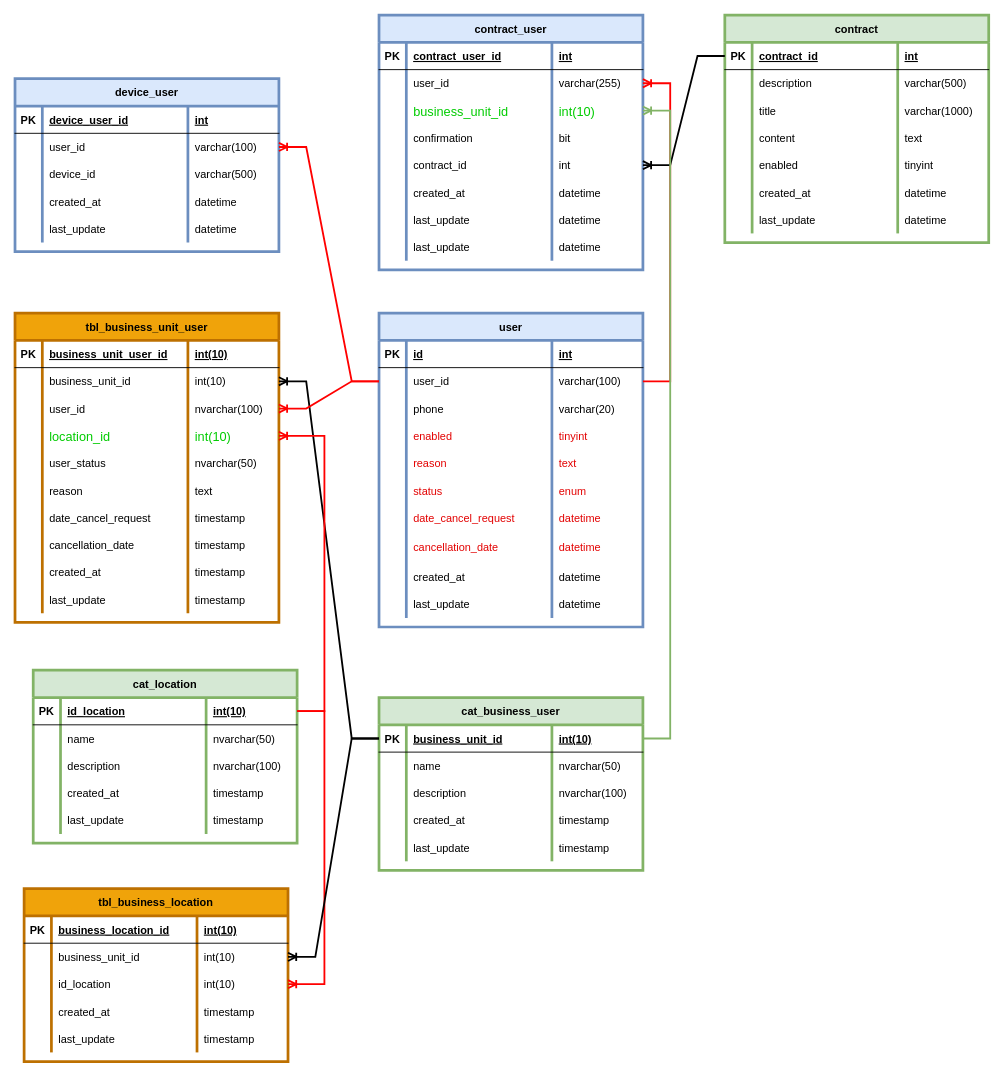
The draw.io diagram page "Users" (1 of 4) of Data base/E-R Dev.drawio in marcoluisdf/documentacion, before the edit. Source tidied: cells renumbered, new cells numbered last; positions are measured from the earlier drawing's top-left corner, leaving out a move shared by most shapes. Both pictures are drawn from the tidied source at 91%, with x=0, y=0 at pixel (15, 15).
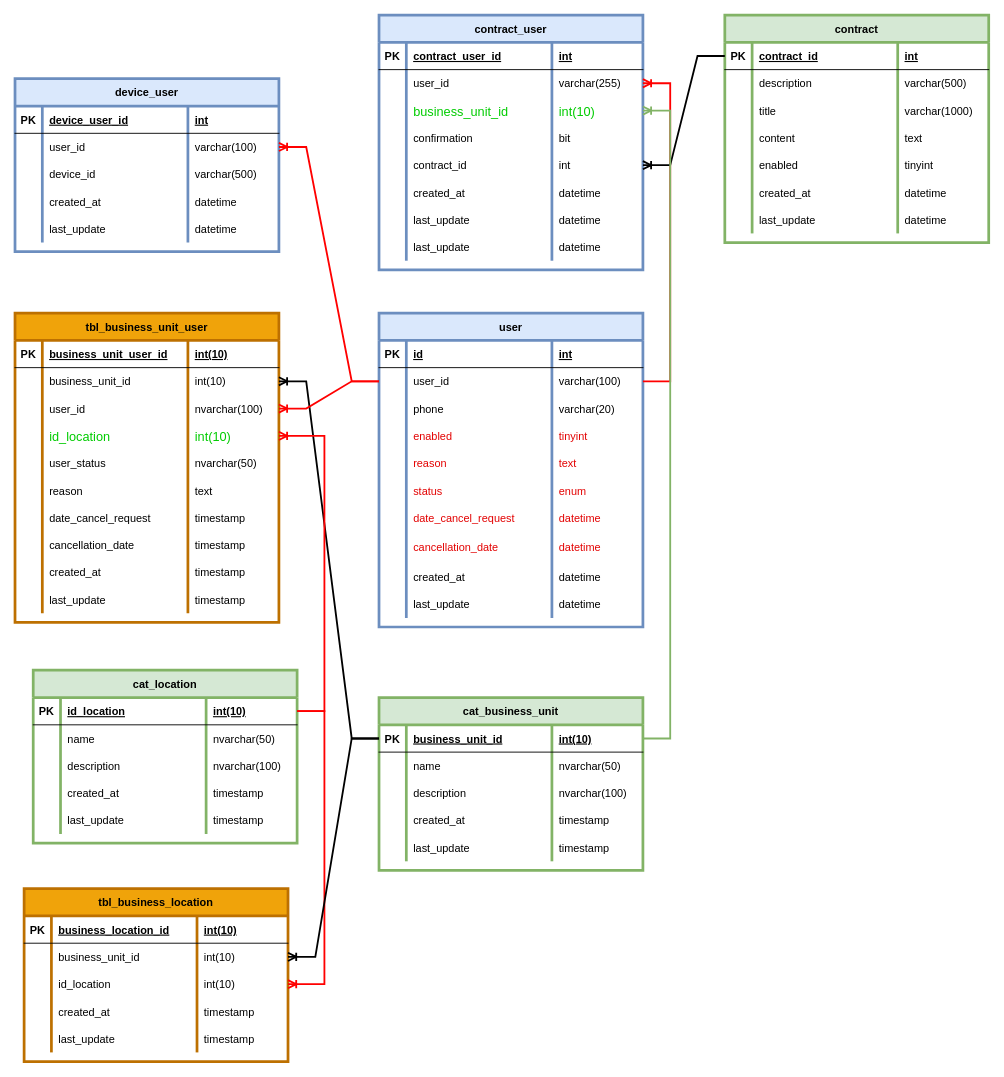
Above is the later version.

Unchanged cells that the change refers to:
```xml
<mxCell id="139" style="shape=partialRectangle;fillColor=none;points=[[0,0.5],[1,0.5]];portConstraint=eastwest;top=0;left=0;right=0;bottom=0;fontColor=#00CC00;" parent="126" vertex="1">
  <mxGeometry y="120" width="290" height="30" as="geometry" />
</mxCell>
```

What changed in the source:
```diff
@@
-    <mxCell id="141" value="location_id" style="shape=partialRectangle;overflow=hidden;fillColor=none;top=0;left=0;bottom=0;right=0;align=left;spacingLeft=6;fontColor=#00CC00;fontSize=14;" parent="139" vertex="1">
+    <mxCell id="141" value="id_location" style="shape=partialRectangle;overflow=hidden;fillColor=none;top=0;left=0;bottom=0;right=0;align=left;spacingLeft=6;fontColor=#00CC00;fontSize=14;" parent="139" vertex="1">
       <mxGeometry x="30" width="160" height="30" as="geometry" />
     </mxCell>
@@
-    <mxCell id="167" value="cat_business_user" style="shape=table;startSize=30;childLayout=tableLayout;rowLines=0;fontStyle=1;align=center;fillColor=#d5e8d4;strokeColor=#82b366;strokeWidth=3;" parent="1" vertex="1">
+    <mxCell id="167" value="cat_business_unit" style="shape=table;startSize=30;childLayout=tableLayout;rowLines=0;fontStyle=1;align=center;fillColor=#d5e8d4;strokeColor=#82b366;strokeWidth=3;" parent="1" vertex="1">
       <mxGeometry x="400" y="750" width="290" height="190" as="geometry" />
     </mxCell>
```
